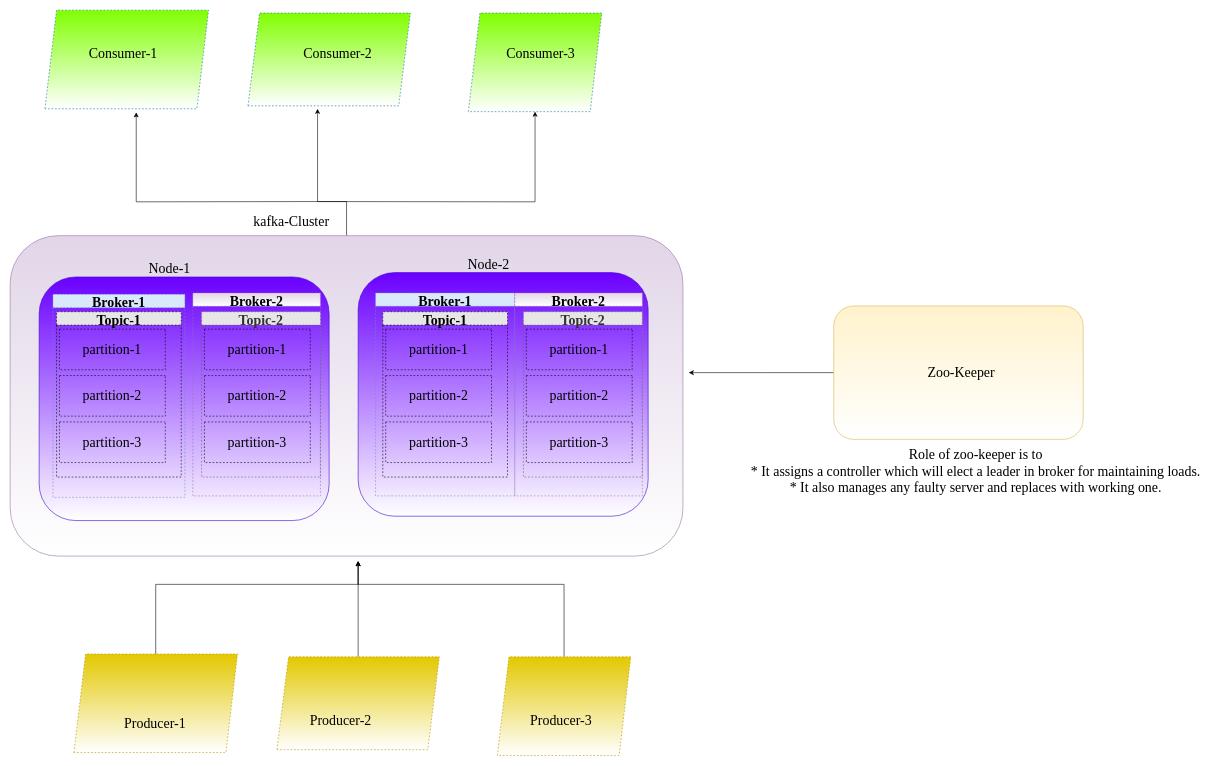
The draw.io diagram kafka-Architecture.drawio in namanchopra21087/design-documents, before the edit. Source tidied: cells renumbered, new cells numbered last; positions are measured from the earlier drawing's top-left corner, leaving out a move shared by most shapes. Both pictures are drawn from the tidied source at 58%, with x=0, y=0 at pixel (10, 10).
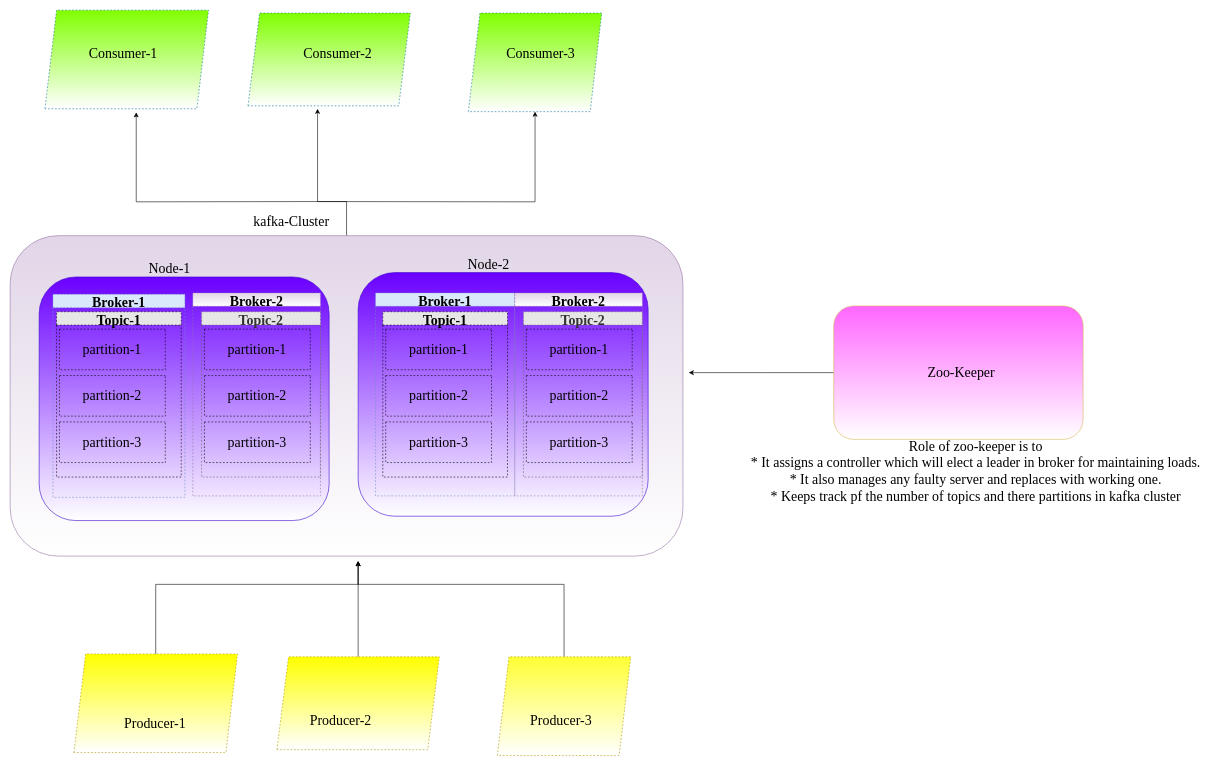
The same page after the edit.

Commit message (it also covers changes not shown here):
Added kafka architecture design

Change to the diagram source:
```diff
@@
-    <mxCell id="8" style="shape=parallelogram;perimeter=parallelogramPerimeter;whiteSpace=wrap;html=1;fixedSize=1;rounded=0;shadow=0;glass=0;dashed=1;labelBackgroundColor=none;sketch=0;fontFamily=Times New Roman;fontSize=24;fontColor=#000000;startSize=23;strokeColor=#B09500;strokeWidth=1;fillColor=#e3c800;gradientColor=#ffffff;" parent="1" vertex="1">
+    <mxCell id="8" style="shape=parallelogram;perimeter=parallelogramPerimeter;whiteSpace=wrap;html=1;fixedSize=1;rounded=0;shadow=0;glass=0;dashed=1;labelBackgroundColor=none;sketch=0;fontFamily=Times New Roman;fontSize=24;fontColor=#000000;startSize=23;strokeColor=#B09500;strokeWidth=1;fillColor=#FFFF00;gradientColor=#ffffff;" parent="1" vertex="1">
       <mxGeometry x="110" y="1110" width="282" height="170" as="geometry" />
     </mxCell>
@@
-    <mxCell id="10" style="shape=parallelogram;perimeter=parallelogramPerimeter;whiteSpace=wrap;html=1;fixedSize=1;rounded=0;shadow=0;glass=0;dashed=1;labelBackgroundColor=none;sketch=0;fontFamily=Times New Roman;fontSize=24;fontColor=#000000;startSize=23;strokeColor=#B09500;strokeWidth=1;fillColor=#e3c800;gradientColor=#ffffff;" parent="1" vertex="1">
+    <mxCell id="10" style="shape=parallelogram;perimeter=parallelogramPerimeter;whiteSpace=wrap;html=1;fixedSize=1;rounded=0;shadow=0;glass=0;dashed=1;labelBackgroundColor=none;sketch=0;fontFamily=Times New Roman;fontSize=24;fontColor=#000000;startSize=23;strokeColor=#B09500;strokeWidth=1;fillColor=#FFFF00;gradientColor=#ffffff;" parent="1" vertex="1">
       <mxGeometry x="460" y="1115" width="280" height="160" as="geometry" />
     </mxCell>
@@
-    <mxCell id="12" style="shape=parallelogram;perimeter=parallelogramPerimeter;whiteSpace=wrap;html=1;fixedSize=1;rounded=0;shadow=0;glass=0;dashed=1;labelBackgroundColor=none;sketch=0;fontFamily=Times New Roman;fontSize=24;fontColor=#000000;startSize=23;strokeColor=#B09500;strokeWidth=1;fillColor=#e3c800;gradientColor=#ffffff;" parent="1" vertex="1">
+    <mxCell id="12" style="shape=parallelogram;perimeter=parallelogramPerimeter;whiteSpace=wrap;html=1;fixedSize=1;rounded=0;shadow=0;glass=0;dashed=1;labelBackgroundColor=none;sketch=0;fontFamily=Times New Roman;fontSize=24;fontColor=#000000;startSize=23;strokeColor=#B09500;strokeWidth=1;fillColor=#FFFF33;gradientColor=#ffffff;" parent="1" vertex="1">
       <mxGeometry x="840" y="1115" width="230" height="170" as="geometry" />
     </mxCell>
@@
-    <mxCell id="59" style="rounded=1;whiteSpace=wrap;html=1;shadow=0;glass=0;labelBackgroundColor=none;sketch=0;fontFamily=Times New Roman;fontSize=24;startSize=23;strokeColor=#d6b656;strokeWidth=1;fillColor=#fff2cc;gradientDirection=south;gradientColor=#ffffff;" parent="1" vertex="1">
+    <mxCell id="59" style="rounded=1;whiteSpace=wrap;html=1;shadow=0;glass=0;labelBackgroundColor=none;sketch=0;fontFamily=Times New Roman;fontSize=24;startSize=23;strokeColor=#d6b656;strokeWidth=1;fillColor=#FF66FF;gradientDirection=south;gradientColor=#ffffff;" parent="1" vertex="1">
       <mxGeometry x="1420" y="510" width="430" height="230" as="geometry" />
     </mxCell>
@@
-    <mxCell id="61" value="Role of zoo-keeper is to &lt;br&gt;* It assigns a controller which will elect a leader in broker for maintaining loads.&lt;br&gt;* It also manages any faulty server and replaces with working one." style="text;html=1;strokeColor=none;fillColor=none;align=center;verticalAlign=middle;whiteSpace=wrap;rounded=0;shadow=0;glass=0;labelBackgroundColor=none;sketch=0;fontFamily=Times New Roman;fontSize=24;fontColor=default;startSize=23;" parent="1" vertex="1">
+    <mxCell id="61" value="Role of zoo-keeper is to &lt;br&gt;* It assigns a controller which will elect a leader in broker for maintaining loads.&lt;br&gt;* It also manages any faulty server and replaces with working one.&lt;br&gt;* Keeps track pf the number of topics and there partitions in kafka cluster" style="text;html=1;strokeColor=none;fillColor=none;align=center;verticalAlign=middle;whiteSpace=wrap;rounded=0;shadow=0;glass=0;labelBackgroundColor=none;sketch=0;fontFamily=Times New Roman;fontSize=24;fontColor=default;startSize=23;" parent="1" vertex="1">
       <mxGeometry x="1260" y="780" width="810" height="30" as="geometry" />
     </mxCell>
```
